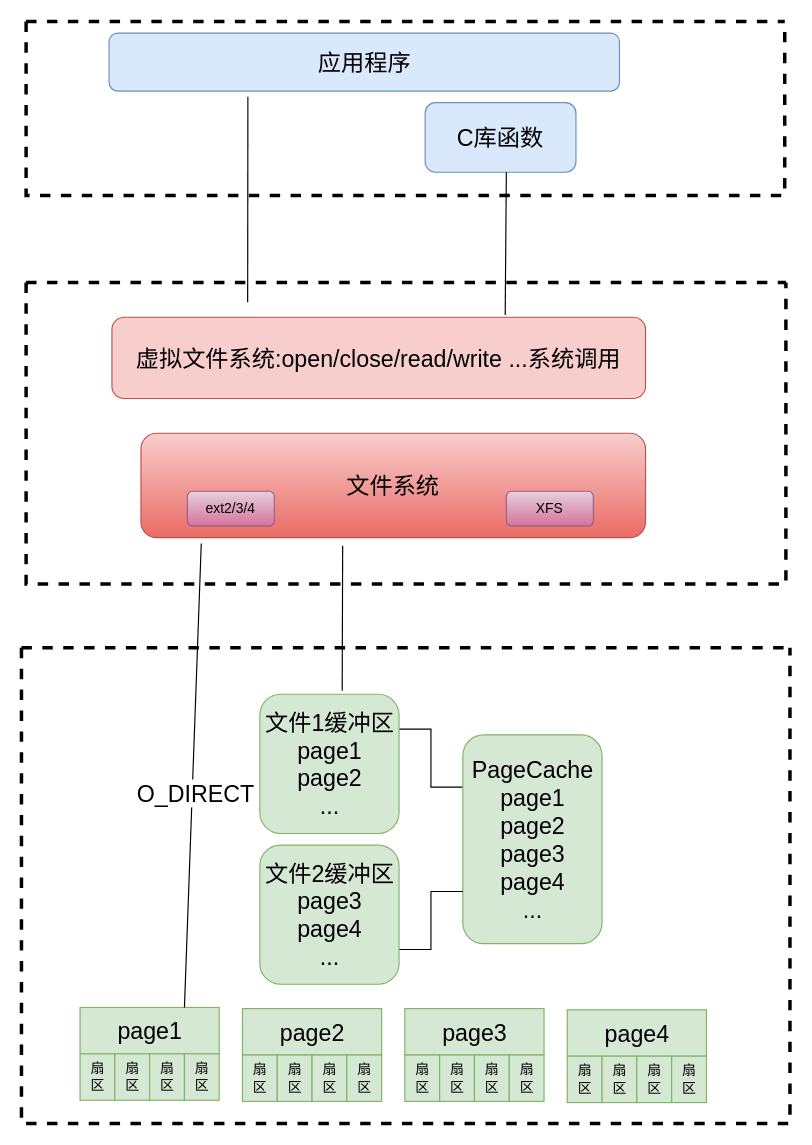
Above: 文件系统.drawio in liushan86/learnnode (draw.io), before the change. Source tidied: cells renumbered, new cells numbered last; positions are measured from the earlier drawing's top-left corner, leaving out a move shared by most shapes. Both pictures are drawn from the tidied source at 116%, with x=0, y=0 at pixel (21, 21).
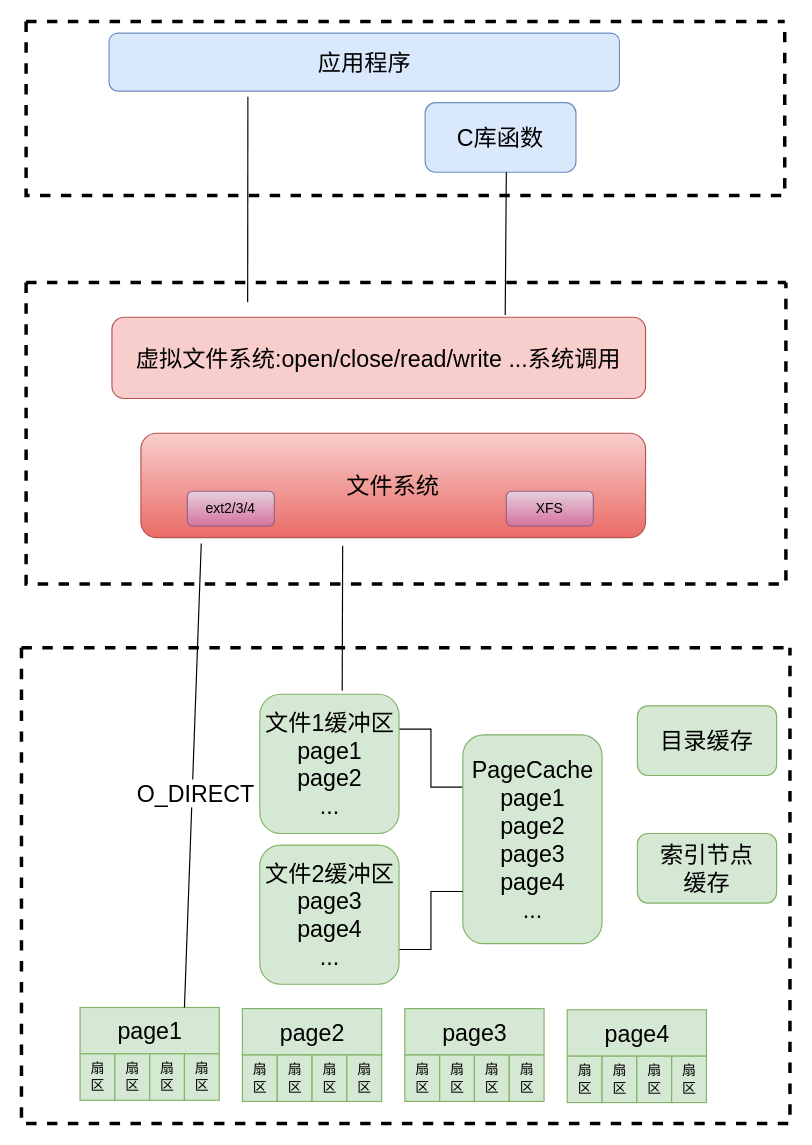
Above is the later version.

Commit message (it also covers changes not shown here):
更新文件系统.drawio

The change refers to these unchanged cells:
```xml
<mxCell id="37" style="swimlane;startSize=0;dashed=1;strokeWidth=3;" parent="1" vertex="1">
  <mxGeometry y="540" width="662.5" height="410" as="geometry" />
</mxCell>
```

Change to the diagram source:
```diff
@@
+    <mxCell id="41" value="&lt;font style=&quot;font-size: 20px;&quot;&gt;目录缓存&lt;/font&gt;" style="rounded=1;whiteSpace=wrap;html=1;fillColor=#d5e8d4;strokeColor=#82b366;" parent="37" vertex="1">
+      <mxGeometry x="531" y="50" width="120" height="60" as="geometry" />
+    </mxCell>
+    <mxCell id="42" value="&lt;div&gt;&lt;font style=&quot;font-size: 20px;&quot;&gt;索引节点&lt;/font&gt;&lt;/div&gt;&lt;div&gt;&lt;font style=&quot;font-size: 20px;&quot;&gt;缓存&lt;/font&gt;&lt;/div&gt;" style="rounded=1;whiteSpace=wrap;html=1;fillColor=#d5e8d4;strokeColor=#82b366;" parent="37" vertex="1">
+      <mxGeometry x="531" y="160" width="120" height="60" as="geometry" />
+    </mxCell>
```
